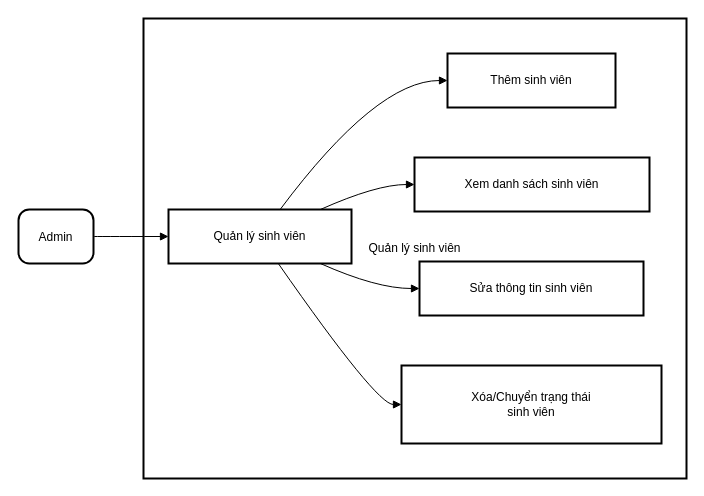
Above: page "Trang-4" (4 of 43) of usecase-tongquan.drawio in ngocanh0803/DACS-25-PhanMemQuanLi1 (draw.io), before the change. Source tidied: cells renumbered, new cells numbered last; positions are measured from the earlier drawing's top-left corner, leaving out a move shared by most shapes. Both pictures are drawn from the tidied source at 100%, with x=0, y=0 at pixel (18, 18).
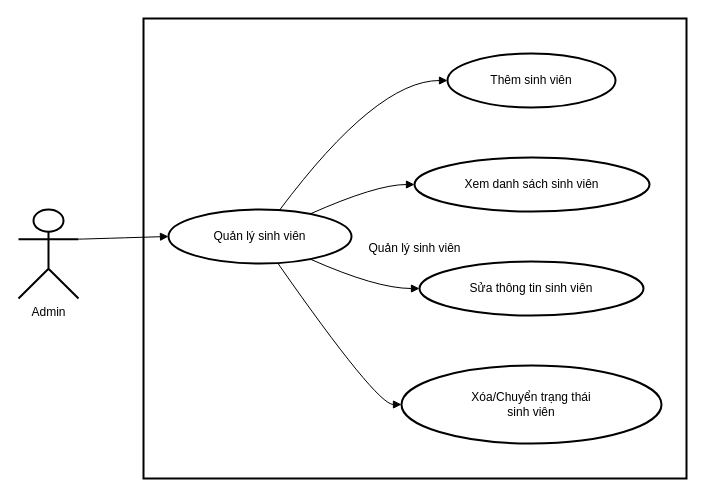
The same diagram, later.

Diff of the diagram source:
```diff
@@
 <mxGraphModel>
   <root>
     <mxCell id="0" />
     <mxCell id="1" parent="0" />
     <mxCell id="2" value="Quản lý sinh viên" style="whiteSpace=wrap;strokeWidth=2;" parent="1" vertex="1">
       <mxGeometry x="125" width="543" height="460" as="geometry" />
     </mxCell>
-    <mxCell id="3" value="Admin" style="rounded=1;arcSize=20;strokeWidth=2;" parent="1" vertex="1">
-      <mxGeometry y="191" width="75" height="54" as="geometry" />
+    <mxCell id="3" value="Admin" style="rounded=1;arcSize=20;strokeWidth=2;shape=umlActor;verticalLabelPosition=bottom;verticalAlign=top;html=1;outlineConnect=0;" parent="1" vertex="1">
+      <mxGeometry y="191" width="60" height="89" as="geometry" />
     </mxCell>
-    <mxCell id="4" value="Quản lý sinh viên" style="whiteSpace=wrap;strokeWidth=2;" parent="1" vertex="1">
+    <mxCell id="4" value="Quản lý sinh viên" style="whiteSpace=wrap;strokeWidth=2;shape=ellipse;perimeter=ellipsePerimeter;html=1;" parent="1" vertex="1">
       <mxGeometry x="150" y="191" width="183" height="54" as="geometry" />
     </mxCell>
-    <mxCell id="5" value="Thêm sinh viên" style="whiteSpace=wrap;strokeWidth=2;" parent="1" vertex="1">
+    <mxCell id="5" value="Thêm sinh viên" style="whiteSpace=wrap;strokeWidth=2;shape=ellipse;perimeter=ellipsePerimeter;html=1;" parent="1" vertex="1">
       <mxGeometry x="429" y="35" width="168" height="54" as="geometry" />
     </mxCell>
-    <mxCell id="6" value="Xem danh sách sinh viên" style="whiteSpace=wrap;strokeWidth=2;" parent="1" vertex="1">
+    <mxCell id="6" value="Xem danh sách sinh viên" style="whiteSpace=wrap;strokeWidth=2;shape=ellipse;perimeter=ellipsePerimeter;html=1;" parent="1" vertex="1">
       <mxGeometry x="396" y="139" width="235" height="54" as="geometry" />
     </mxCell>
-    <mxCell id="7" value="Sửa thông tin sinh viên" style="whiteSpace=wrap;strokeWidth=2;" parent="1" vertex="1">
+    <mxCell id="7" value="Sửa thông tin sinh viên" style="whiteSpace=wrap;strokeWidth=2;shape=ellipse;perimeter=ellipsePerimeter;html=1;" parent="1" vertex="1">
       <mxGeometry x="401" y="243" width="224" height="54" as="geometry" />
     </mxCell>
-    <mxCell id="8" value="Xóa/Chuyển trạng thái&#10; sinh viên" style="whiteSpace=wrap;strokeWidth=2;" parent="1" vertex="1">
+    <mxCell id="8" value="Xóa/Chuyển trạng thái&#10; sinh viên" style="whiteSpace=wrap;strokeWidth=2;shape=ellipse;perimeter=ellipsePerimeter;html=1;" parent="1" vertex="1">
       <mxGeometry x="383" y="347" width="260" height="78" as="geometry" />
     </mxCell>
-    <mxCell id="9" style="curved=1;startArrow=none;endArrow=block;exitX=1;exitY=0.5;entryX=0;entryY=0.5;rounded=0;" parent="1" edge="1" source="3" target="4">
+    <mxCell id="9" style="curved=1;startArrow=none;endArrow=block;exitX=1;exitY=0.3333333333333333;entryX=0;entryY=0.5;rounded=0;exitDx=0;exitDy=0;exitPerimeter=0;" parent="1" edge="1" source="3" target="4">
       <mxGeometry relative="1" as="geometry" />
     </mxCell>
     <mxCell id="10" style="curved=1;startArrow=none;endArrow=block;exitX=0.61;exitY=0;entryX=0;entryY=0.5;rounded=0;" parent="1" edge="1" source="4" target="5">
       <mxGeometry relative="1" as="geometry">
         <Array as="points">
           <mxPoint x="358" y="62" />
         </Array>
       </mxGeometry>
     </mxCell>
     <mxCell id="11" style="curved=1;startArrow=none;endArrow=block;exitX=0.83;exitY=0;entryX=0;entryY=0.5;rounded=0;" parent="1" edge="1" source="4" target="6">
       <mxGeometry relative="1" as="geometry">
         <Array as="points">
           <mxPoint x="358" y="166" />
         </Array>
       </mxGeometry>
     </mxCell>
     <mxCell id="12" style="curved=1;startArrow=none;endArrow=block;exitX=0.83;exitY=1;entryX=0;entryY=0.5;rounded=0;" parent="1" edge="1" source="4" target="7">
       <mxGeometry relative="1" as="geometry">
         <Array as="points">
           <mxPoint x="358" y="270" />
         </Array>
       </mxGeometry>
     </mxCell>
     <mxCell id="13" style="curved=1;startArrow=none;endArrow=block;exitX=0.6;exitY=1;entryX=0;entryY=0.5;rounded=0;" parent="1" edge="1" source="4" target="8">
       <mxGeometry relative="1" as="geometry">
         <Array as="points">
           <mxPoint x="358" y="386" />
         </Array>
       </mxGeometry>
     </mxCell>
   </root>
 </mxGraphModel>
```
